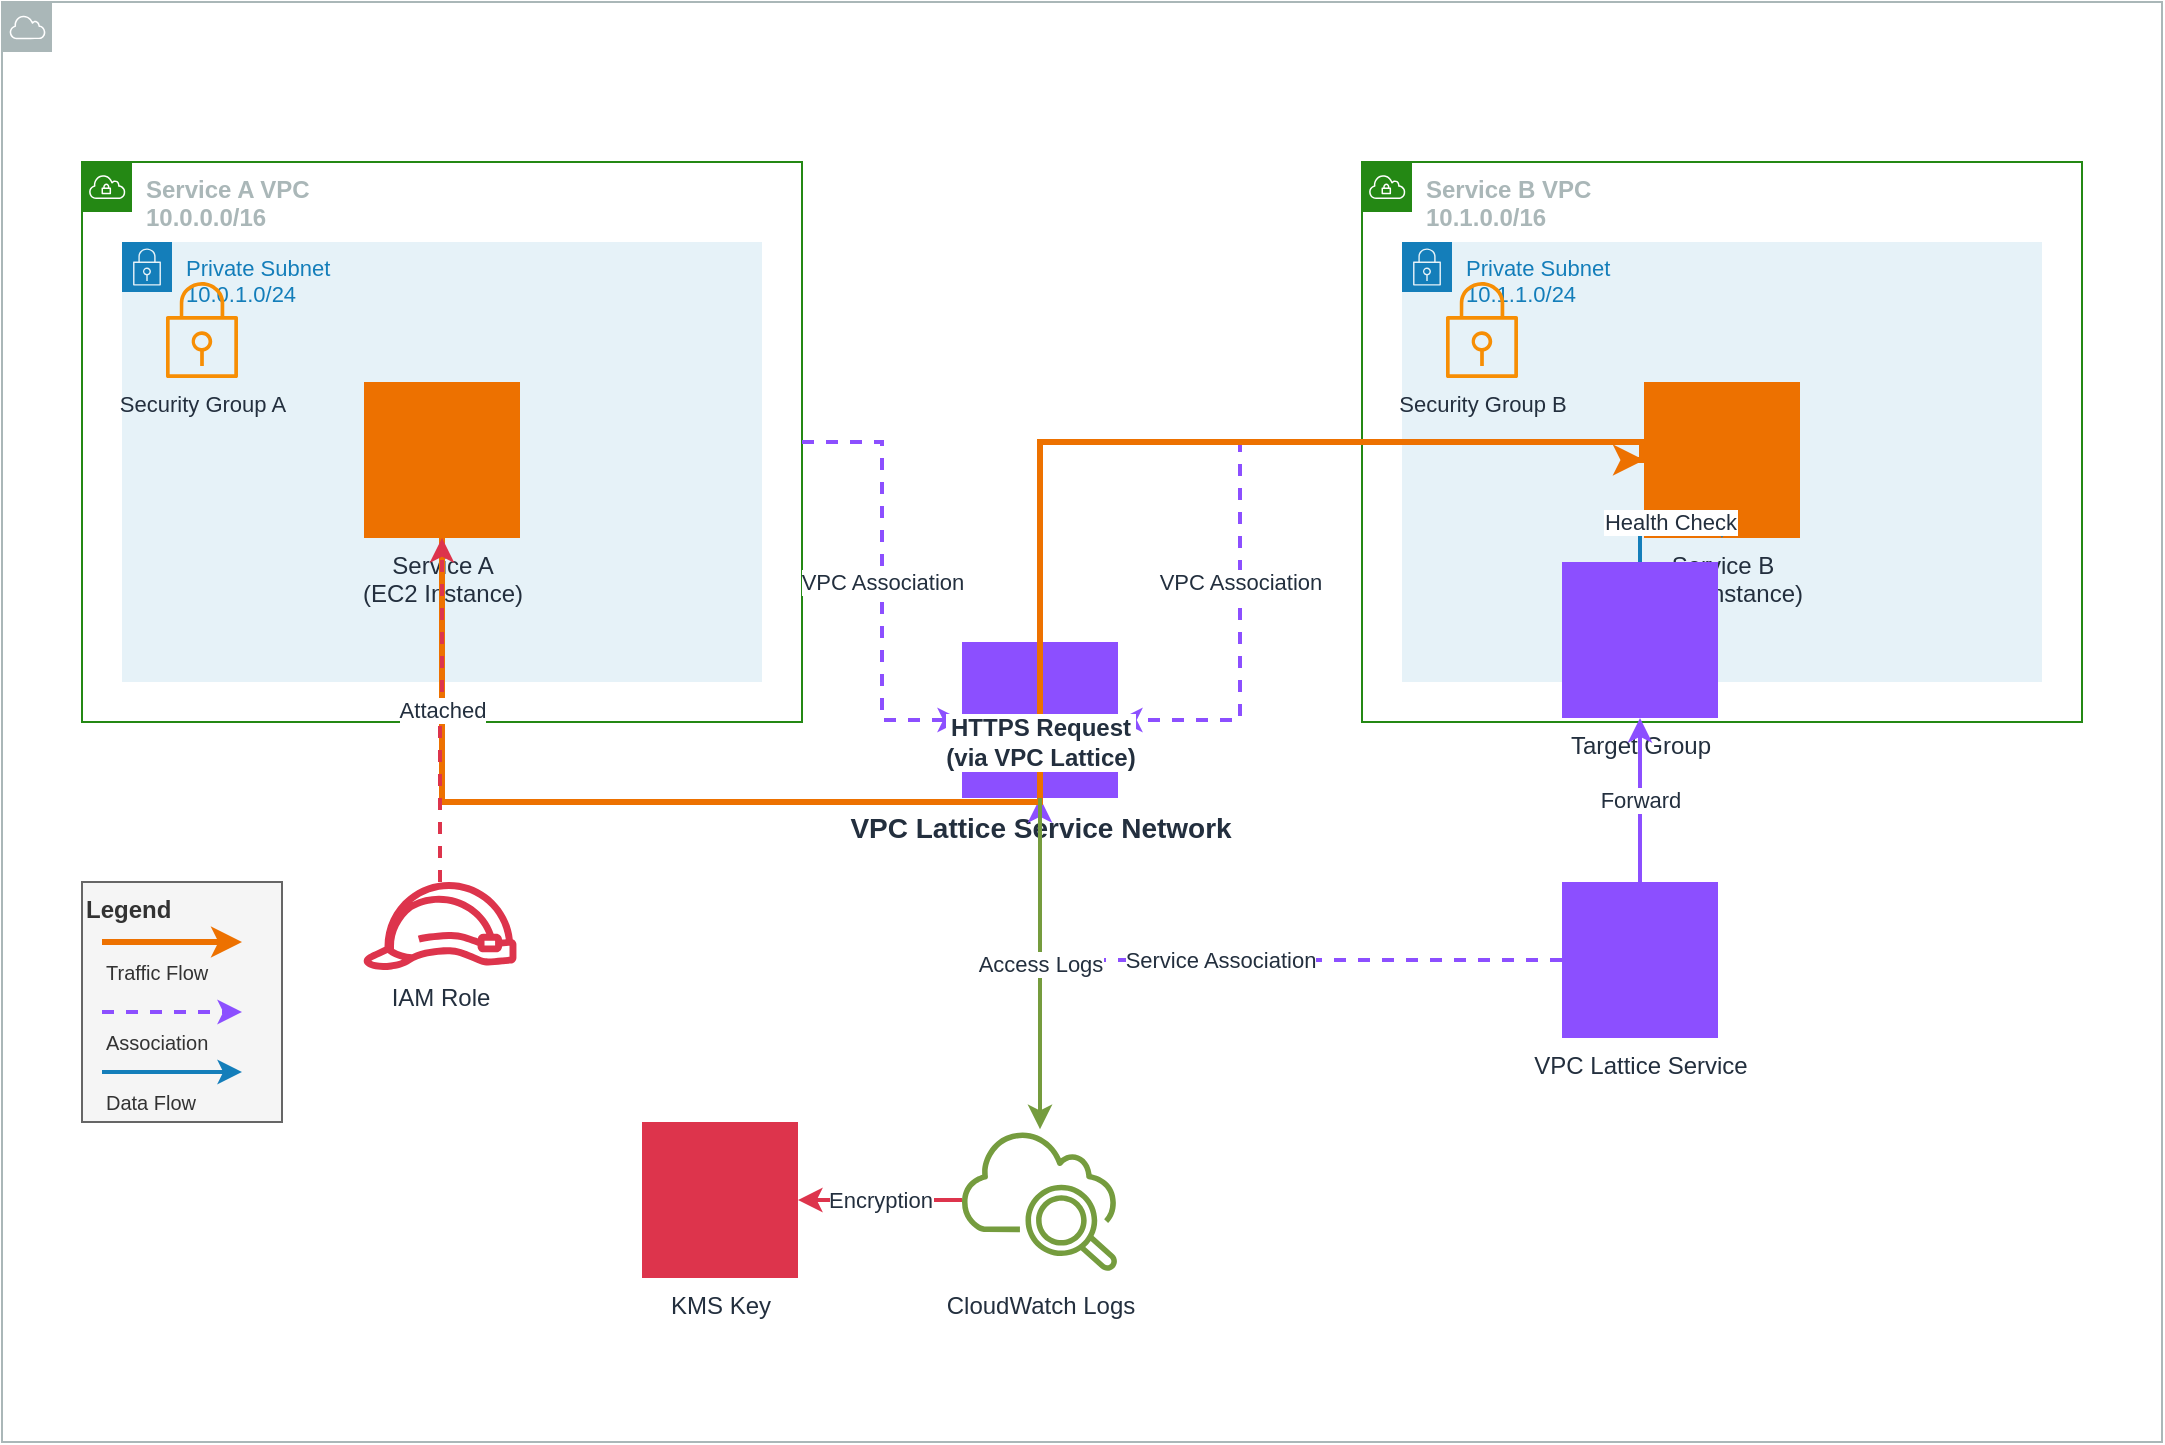
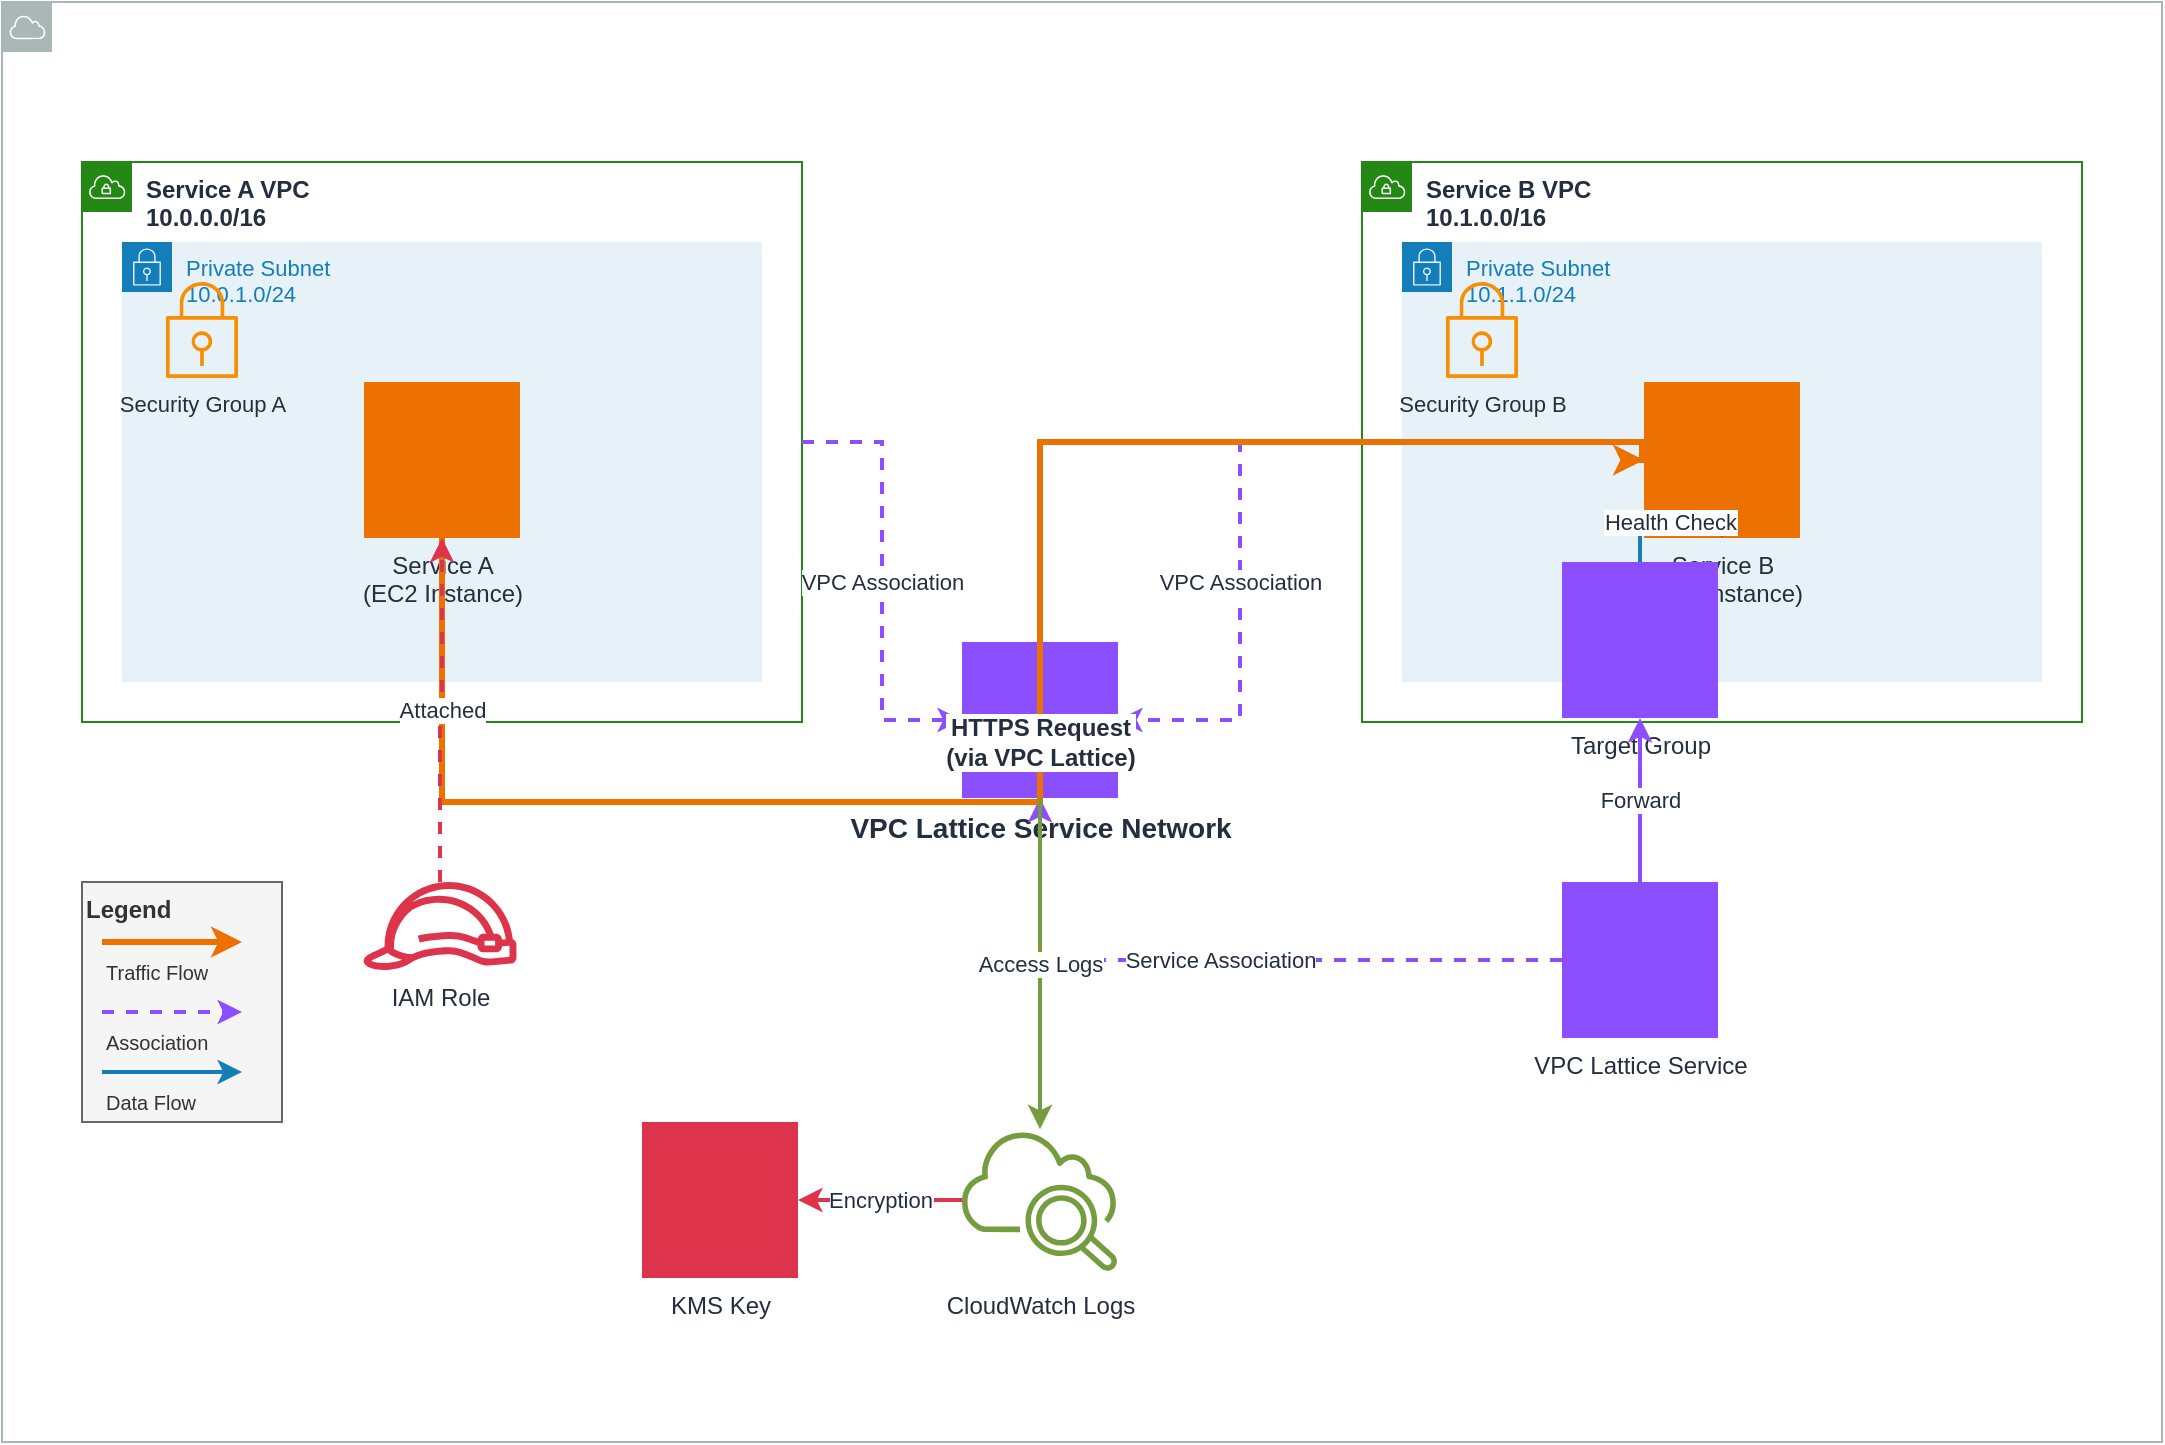
<mxfile host="app.diagrams.net" agent="Mozilla/5.0 (Macintosh; Intel Mac OS X 10_15_7) AppleWebKit/537.36 (KHTML, like Gecko) Chrome/145.0.0.0 Safari/537.36" version="29.5.3">
  <diagram name="VPC Lattice Service Communication" id="vpc-lattice-diagram">
    <mxGraphModel dx="1158" dy="748" grid="0" gridSize="10" guides="1" tooltips="1" connect="1" arrows="1" fold="1" page="0" pageScale="1" pageWidth="1169" pageHeight="827" math="0" shadow="0">
      <root>
        <mxCell id="0" />
        <mxCell id="1" parent="0" />
-         <mxCell id="aws-cloud" parent="1" style="sketch=0;outlineConnect=0;gradientColor=none;html=1;whiteSpace=wrap;fontSize=12;fontStyle=0;shape=mxgraph.aws4.group;grIcon=mxgraph.aws4.group_aws_cloud;strokeColor=#AAB7B8;fillColor=none;verticalAlign=top;align=left;spacingLeft=30;fontColor=#AAB7B8;dashed=0;" value="" vertex="1">
+         <mxCell id="aws-cloud" parent="1" style="sketch=0;outlineConnect=0;gradientColor=none;html=1;whiteSpace=wrap;fontSize=12;fontStyle=0;shape=mxgraph.aws4.group;grIcon=mxgraph.aws4.group_aws_cloud;strokeColor=#AAB7B8;fillColor=none;verticalAlign=top;align=left;spacingLeft=30;fontColor=#232F3E;dashed=0;" value="" vertex="1">
          <mxGeometry height="720" width="1080" x="40" y="40" as="geometry" />
        </mxCell>
        <mxCell id="service-network" parent="1" style="sketch=0;outlineConnect=0;fontColor=#232F3E;gradientColor=none;fillColor=#8C4FFF;strokeColor=none;dashed=0;verticalLabelPosition=bottom;verticalAlign=top;align=center;html=1;fontSize=14;fontStyle=1;aspect=fixed;pointerEvents=1;shape=mxgraph.aws4.vpc_lattice_service_network;" value="VPC Lattice Service Network" vertex="1">
          <mxGeometry height="78" width="78" x="520" y="360" as="geometry" />
        </mxCell>
-         <mxCell id="vpc-a" parent="1" style="points=[[0,0],[0.25,0],[0.5,0],[0.75,0],[1,0],[1,0.25],[1,0.5],[1,0.75],[1,1],[0.75,1],[0.5,1],[0.25,1],[0,1],[0,0.75],[0,0.5],[0,0.25]];outlineConnect=0;gradientColor=none;html=1;whiteSpace=wrap;fontSize=12;fontStyle=1;container=1;pointerEvents=0;collapsible=0;recursiveResize=0;shape=mxgraph.aws4.group;grIcon=mxgraph.aws4.group_vpc;strokeColor=#248814;fillColor=none;verticalAlign=top;align=left;spacingLeft=30;fontColor=#AAB7B8;dashed=0;" value="Service A VPC&#xa;10.0.0.0/16" vertex="1">
+         <mxCell id="vpc-a" parent="1" style="points=[[0,0],[0.25,0],[0.5,0],[0.75,0],[1,0],[1,0.25],[1,0.5],[1,0.75],[1,1],[0.75,1],[0.5,1],[0.25,1],[0,1],[0,0.75],[0,0.5],[0,0.25]];outlineConnect=0;gradientColor=none;html=1;whiteSpace=wrap;fontSize=12;fontStyle=1;container=1;pointerEvents=0;collapsible=0;recursiveResize=0;shape=mxgraph.aws4.group;grIcon=mxgraph.aws4.group_vpc;strokeColor=#248814;fillColor=none;verticalAlign=top;align=left;spacingLeft=30;fontColor=#232F3E;dashed=0;" value="Service A VPC&#xa;10.0.0.0/16" vertex="1">
          <mxGeometry height="280" width="360" x="80" y="120" as="geometry" />
        </mxCell>
        <mxCell id="subnet-a" parent="vpc-a" style="points=[[0,0],[0.25,0],[0.5,0],[0.75,0],[1,0],[1,0.25],[1,0.5],[1,0.75],[1,1],[0.75,1],[0.5,1],[0.25,1],[0,1],[0,0.75],[0,0.5],[0,0.25]];outlineConnect=0;gradientColor=none;html=1;whiteSpace=wrap;fontSize=11;fontStyle=0;container=1;pointerEvents=0;collapsible=0;recursiveResize=0;shape=mxgraph.aws4.group;grIcon=mxgraph.aws4.group_security_group;grStroke=0;strokeColor=#147EBA;fillColor=#E6F2F8;verticalAlign=top;align=left;spacingLeft=30;fontColor=#147EBA;dashed=0;" value="Private Subnet&#xa;10.0.1.0/24" vertex="1">
          <mxGeometry height="220" width="320" x="20" y="40" as="geometry" />
        </mxCell>
        <mxCell id="ec2-a" parent="subnet-a" style="sketch=0;outlineConnect=0;fontColor=#232F3E;gradientColor=none;fillColor=#ED7100;strokeColor=none;dashed=0;verticalLabelPosition=bottom;verticalAlign=top;align=center;html=1;fontSize=12;fontStyle=0;aspect=fixed;pointerEvents=1;shape=mxgraph.aws4.ec2_instance;" value="Service A&#xa;(EC2 Instance)" vertex="1">
          <mxGeometry height="78" width="78" x="121" y="70" as="geometry" />
        </mxCell>
        <mxCell id="sg-a" parent="subnet-a" style="sketch=0;outlineConnect=0;fontColor=#232F3E;gradientColor=none;fillColor=#F78E04;strokeColor=none;dashed=0;verticalLabelPosition=bottom;verticalAlign=top;align=center;html=1;fontSize=11;fontStyle=0;aspect=fixed;pointerEvents=1;shape=mxgraph.aws4.security_group;" value="Security Group A" vertex="1">
          <mxGeometry height="48" width="40" x="20" y="20" as="geometry" />
        </mxCell>
-         <mxCell id="vpc-b" parent="1" style="points=[[0,0],[0.25,0],[0.5,0],[0.75,0],[1,0],[1,0.25],[1,0.5],[1,0.75],[1,1],[0.75,1],[0.5,1],[0.25,1],[0,1],[0,0.75],[0,0.5],[0,0.25]];outlineConnect=0;gradientColor=none;html=1;whiteSpace=wrap;fontSize=12;fontStyle=1;container=1;pointerEvents=0;collapsible=0;recursiveResize=0;shape=mxgraph.aws4.group;grIcon=mxgraph.aws4.group_vpc;strokeColor=#248814;fillColor=none;verticalAlign=top;align=left;spacingLeft=30;fontColor=#AAB7B8;dashed=0;" value="Service B VPC&#xa;10.1.0.0/16" vertex="1">
+         <mxCell id="vpc-b" parent="1" style="points=[[0,0],[0.25,0],[0.5,0],[0.75,0],[1,0],[1,0.25],[1,0.5],[1,0.75],[1,1],[0.75,1],[0.5,1],[0.25,1],[0,1],[0,0.75],[0,0.5],[0,0.25]];outlineConnect=0;gradientColor=none;html=1;whiteSpace=wrap;fontSize=12;fontStyle=1;container=1;pointerEvents=0;collapsible=0;recursiveResize=0;shape=mxgraph.aws4.group;grIcon=mxgraph.aws4.group_vpc;strokeColor=#248814;fillColor=none;verticalAlign=top;align=left;spacingLeft=30;fontColor=#232F3E;dashed=0;" value="Service B VPC&#xa;10.1.0.0/16" vertex="1">
          <mxGeometry height="280" width="360" x="720" y="120" as="geometry" />
        </mxCell>
        <mxCell id="subnet-b" parent="vpc-b" style="points=[[0,0],[0.25,0],[0.5,0],[0.75,0],[1,0],[1,0.25],[1,0.5],[1,0.75],[1,1],[0.75,1],[0.5,1],[0.25,1],[0,1],[0,0.75],[0,0.5],[0,0.25]];outlineConnect=0;gradientColor=none;html=1;whiteSpace=wrap;fontSize=11;fontStyle=0;container=1;pointerEvents=0;collapsible=0;recursiveResize=0;shape=mxgraph.aws4.group;grIcon=mxgraph.aws4.group_security_group;grStroke=0;strokeColor=#147EBA;fillColor=#E6F2F8;verticalAlign=top;align=left;spacingLeft=30;fontColor=#147EBA;dashed=0;" value="Private Subnet&#xa;10.1.1.0/24" vertex="1">
          <mxGeometry height="220" width="320" x="20" y="40" as="geometry" />
        </mxCell>
        <mxCell id="ec2-b" parent="subnet-b" style="sketch=0;outlineConnect=0;fontColor=#232F3E;gradientColor=none;fillColor=#ED7100;strokeColor=none;dashed=0;verticalLabelPosition=bottom;verticalAlign=top;align=center;html=1;fontSize=12;fontStyle=0;aspect=fixed;pointerEvents=1;shape=mxgraph.aws4.ec2_instance;" value="Service B&#xa;(EC2 Instance)" vertex="1">
          <mxGeometry height="78" width="78" x="121" y="70" as="geometry" />
        </mxCell>
        <mxCell id="sg-b" parent="subnet-b" style="sketch=0;outlineConnect=0;fontColor=#232F3E;gradientColor=none;fillColor=#F78E04;strokeColor=none;dashed=0;verticalLabelPosition=bottom;verticalAlign=top;align=center;html=1;fontSize=11;fontStyle=0;aspect=fixed;pointerEvents=1;shape=mxgraph.aws4.security_group;" value="Security Group B" vertex="1">
          <mxGeometry height="48" width="40" x="20" y="20" as="geometry" />
        </mxCell>
        <mxCell id="lattice-service" parent="1" style="sketch=0;outlineConnect=0;fontColor=#232F3E;gradientColor=none;fillColor=#8C4FFF;strokeColor=none;dashed=0;verticalLabelPosition=bottom;verticalAlign=top;align=center;html=1;fontSize=12;fontStyle=0;aspect=fixed;pointerEvents=1;shape=mxgraph.aws4.vpc_lattice_service;" value="VPC Lattice Service" vertex="1">
          <mxGeometry height="78" width="78" x="820" y="480" as="geometry" />
        </mxCell>
        <mxCell id="target-group" parent="1" style="sketch=0;outlineConnect=0;fontColor=#232F3E;gradientColor=none;fillColor=#8C4FFF;strokeColor=none;dashed=0;verticalLabelPosition=bottom;verticalAlign=top;align=center;html=1;fontSize=12;fontStyle=0;aspect=fixed;pointerEvents=1;shape=mxgraph.aws4.target_group;" value="Target Group" vertex="1">
          <mxGeometry height="78" width="78" x="820" y="320" as="geometry" />
        </mxCell>
        <mxCell id="cloudwatch" parent="1" style="sketch=0;outlineConnect=0;fontColor=#232F3E;gradientColor=none;fillColor=#759C3E;strokeColor=none;dashed=0;verticalLabelPosition=bottom;verticalAlign=top;align=center;html=1;fontSize=12;fontStyle=0;aspect=fixed;pointerEvents=1;shape=mxgraph.aws4.cloudwatch_2;" value="CloudWatch Logs" vertex="1">
          <mxGeometry height="78" width="78" x="520" y="600" as="geometry" />
        </mxCell>
        <mxCell id="kms" parent="1" style="sketch=0;outlineConnect=0;fontColor=#232F3E;gradientColor=none;fillColor=#DD344C;strokeColor=none;dashed=0;verticalLabelPosition=bottom;verticalAlign=top;align=center;html=1;fontSize=12;fontStyle=0;aspect=fixed;pointerEvents=1;shape=mxgraph.aws4.kms;" value="KMS Key" vertex="1">
          <mxGeometry height="78" width="78" x="360" y="600" as="geometry" />
        </mxCell>
        <mxCell id="iam-role" parent="1" style="sketch=0;outlineConnect=0;fontColor=#232F3E;gradientColor=none;fillColor=#DD344C;strokeColor=none;dashed=0;verticalLabelPosition=bottom;verticalAlign=top;align=center;html=1;fontSize=12;fontStyle=0;aspect=fixed;pointerEvents=1;shape=mxgraph.aws4.role;" value="IAM Role" vertex="1">
          <mxGeometry height="44" width="78" x="220" y="480" as="geometry" />
        </mxCell>
        <mxCell id="conn-a-network" edge="1" parent="1" source="vpc-a" style="edgeStyle=orthogonalEdgeStyle;rounded=0;orthogonalLoop=1;jettySize=auto;html=1;strokeColor=#8C4FFF;strokeWidth=2;fontSize=11;fontColor=#232F3E;dashed=1;" target="service-network" value="VPC Association">
          <mxGeometry relative="1" as="geometry" />
        </mxCell>
        <mxCell id="conn-b-network" edge="1" parent="1" source="vpc-b" style="edgeStyle=orthogonalEdgeStyle;rounded=0;orthogonalLoop=1;jettySize=auto;html=1;strokeColor=#8C4FFF;strokeWidth=2;fontSize=11;fontColor=#232F3E;dashed=1;" target="service-network" value="VPC Association">
          <mxGeometry relative="1" as="geometry" />
        </mxCell>
        <mxCell id="conn-service-network" edge="1" parent="1" source="lattice-service" style="edgeStyle=orthogonalEdgeStyle;rounded=0;orthogonalLoop=1;jettySize=auto;html=1;strokeColor=#8C4FFF;strokeWidth=2;fontSize=11;fontColor=#232F3E;dashed=1;" target="service-network" value="Service Association">
          <mxGeometry relative="1" as="geometry" />
        </mxCell>
        <mxCell id="conn-tg-ec2" edge="1" parent="1" source="target-group" style="edgeStyle=orthogonalEdgeStyle;rounded=0;orthogonalLoop=1;jettySize=auto;html=1;strokeColor=#147EBA;strokeWidth=2;fontSize=11;fontColor=#232F3E;" target="ec2-b" value="Health Check">
          <mxGeometry relative="1" as="geometry" />
        </mxCell>
        <mxCell id="conn-service-tg" edge="1" parent="1" source="lattice-service" style="edgeStyle=orthogonalEdgeStyle;rounded=0;orthogonalLoop=1;jettySize=auto;html=1;strokeColor=#8C4FFF;strokeWidth=2;fontSize=11;fontColor=#232F3E;" target="target-group" value="Forward">
          <mxGeometry relative="1" as="geometry" />
        </mxCell>
        <mxCell id="conn-a-b" edge="1" parent="1" source="ec2-a" style="edgeStyle=orthogonalEdgeStyle;rounded=0;orthogonalLoop=1;jettySize=auto;html=1;strokeColor=#ED7100;strokeWidth=3;fontSize=12;fontColor=#232F3E;fontStyle=1;" target="ec2-b" value="HTTPS Request&#xa;(via VPC Lattice)">
          <mxGeometry relative="1" as="geometry">
            <Array as="points">
              <mxPoint x="260" y="440" />
              <mxPoint x="559" y="440" />
              <mxPoint x="559" y="260" />
              <mxPoint x="860" y="260" />
            </Array>
          </mxGeometry>
        </mxCell>
        <mxCell id="conn-network-cw" edge="1" parent="1" source="service-network" style="edgeStyle=orthogonalEdgeStyle;rounded=0;orthogonalLoop=1;jettySize=auto;html=1;strokeColor=#759C3E;strokeWidth=2;fontSize=11;fontColor=#232F3E;" target="cloudwatch" value="Access Logs">
          <mxGeometry relative="1" as="geometry" />
        </mxCell>
        <mxCell id="conn-cw-kms" edge="1" parent="1" source="cloudwatch" style="edgeStyle=orthogonalEdgeStyle;rounded=0;orthogonalLoop=1;jettySize=auto;html=1;strokeColor=#DD344C;strokeWidth=2;fontSize=11;fontColor=#232F3E;" target="kms" value="Encryption">
          <mxGeometry relative="1" as="geometry" />
        </mxCell>
        <mxCell id="conn-iam-ec2" edge="1" parent="1" source="iam-role" style="edgeStyle=orthogonalEdgeStyle;rounded=0;orthogonalLoop=1;jettySize=auto;html=1;strokeColor=#DD344C;strokeWidth=2;fontSize=11;fontColor=#232F3E;dashed=1;" target="ec2-a" value="Attached">
          <mxGeometry relative="1" as="geometry" />
        </mxCell>
        <mxCell id="legend" parent="1" style="rounded=0;whiteSpace=wrap;html=1;fillColor=#f5f5f5;strokeColor=#666666;fontColor=#333333;align=left;verticalAlign=top;fontSize=12;fontStyle=1;" value="Legend" vertex="1">
          <mxGeometry height="120" width="100" x="80" y="480" as="geometry" />
        </mxCell>
        <mxCell id="legend-traffic" edge="1" parent="1" style="endArrow=classic;html=1;strokeColor=#ED7100;strokeWidth=3;fontSize=11;fontColor=#232F3E;" value="">
          <mxGeometry height="50" relative="1" width="50" as="geometry">
            <mxPoint x="90" y="510" as="sourcePoint" />
            <mxPoint x="160" y="510" as="targetPoint" />
          </mxGeometry>
        </mxCell>
        <mxCell id="legend-traffic-label" parent="1" style="text;html=1;strokeColor=none;fillColor=none;align=left;verticalAlign=middle;whiteSpace=wrap;rounded=0;fontSize=10;fontColor=#333333;" value="Traffic Flow" vertex="1">
          <mxGeometry height="20" width="80" x="90" y="515" as="geometry" />
        </mxCell>
        <mxCell id="legend-assoc" edge="1" parent="1" style="endArrow=classic;html=1;strokeColor=#8C4FFF;strokeWidth=2;fontSize=11;fontColor=#232F3E;dashed=1;" value="">
          <mxGeometry height="50" relative="1" width="50" as="geometry">
            <mxPoint x="90" y="545" as="sourcePoint" />
            <mxPoint x="160" y="545" as="targetPoint" />
          </mxGeometry>
        </mxCell>
        <mxCell id="legend-assoc-label" parent="1" style="text;html=1;strokeColor=none;fillColor=none;align=left;verticalAlign=middle;whiteSpace=wrap;rounded=0;fontSize=10;fontColor=#333333;" value="Association" vertex="1">
          <mxGeometry height="20" width="80" x="90" y="550" as="geometry" />
        </mxCell>
        <mxCell id="legend-data" edge="1" parent="1" style="endArrow=classic;html=1;strokeColor=#147EBA;strokeWidth=2;fontSize=11;fontColor=#232F3E;" value="">
          <mxGeometry height="50" relative="1" width="50" as="geometry">
            <mxPoint x="90" y="575" as="sourcePoint" />
            <mxPoint x="160" y="575" as="targetPoint" />
          </mxGeometry>
        </mxCell>
        <mxCell id="legend-data-label" parent="1" style="text;html=1;strokeColor=none;fillColor=none;align=left;verticalAlign=middle;whiteSpace=wrap;rounded=0;fontSize=10;fontColor=#333333;" value="Data Flow" vertex="1">
          <mxGeometry height="20" width="80" x="90" y="580" as="geometry" />
        </mxCell>
      </root>
    </mxGraphModel>
  </diagram>
</mxfile>
